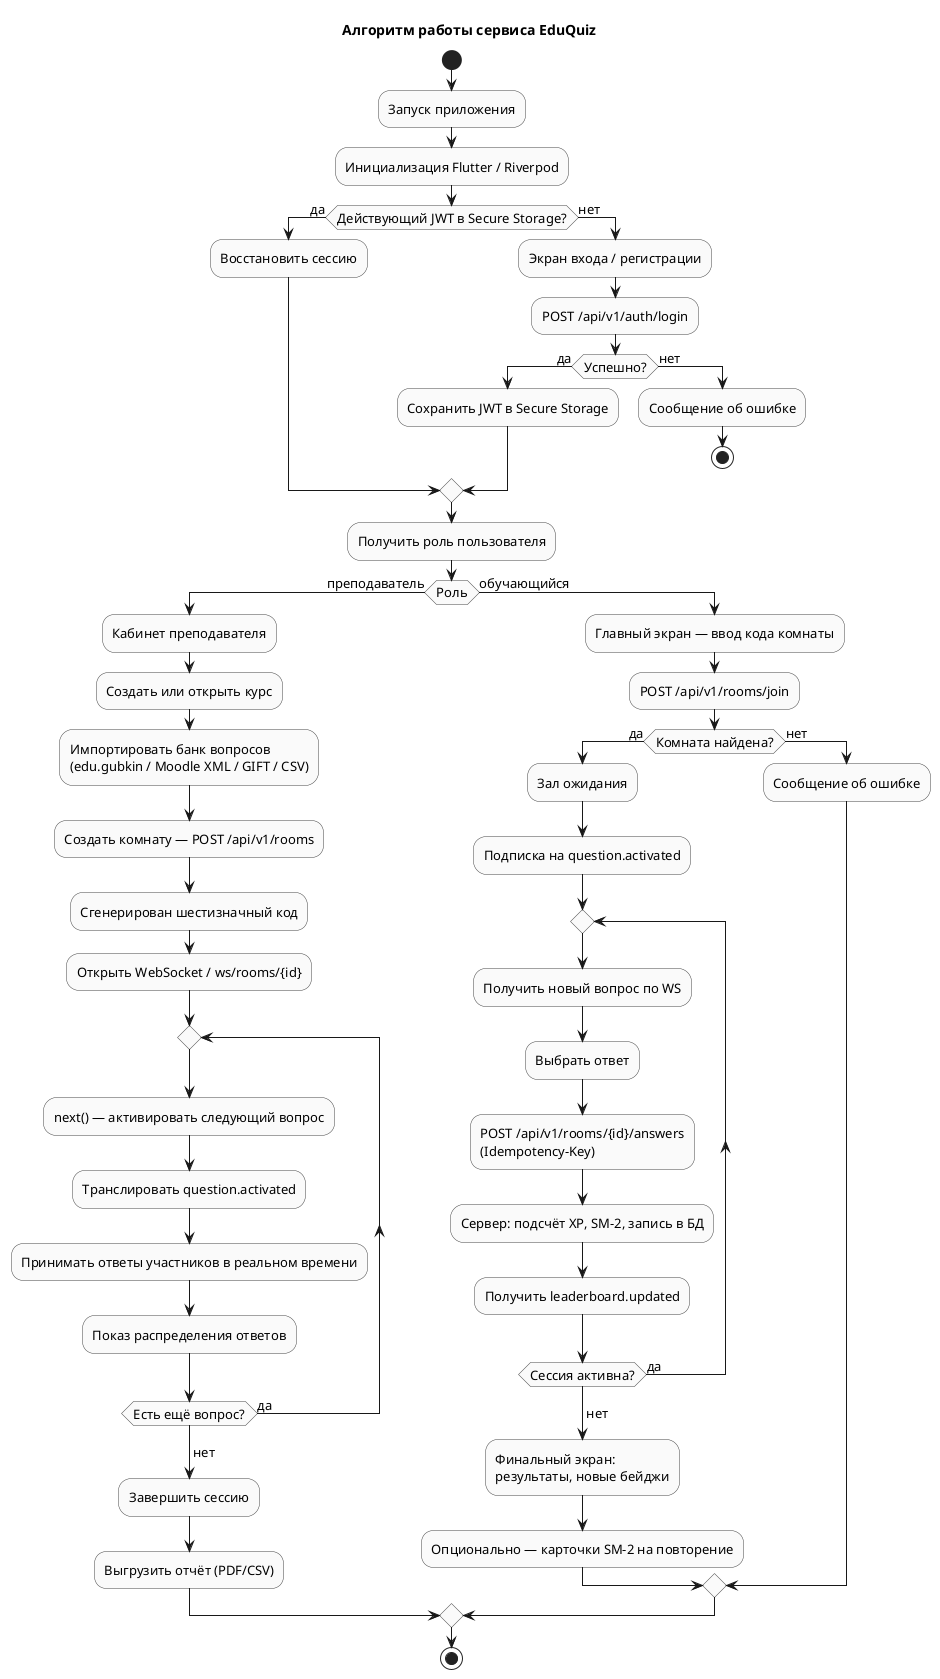
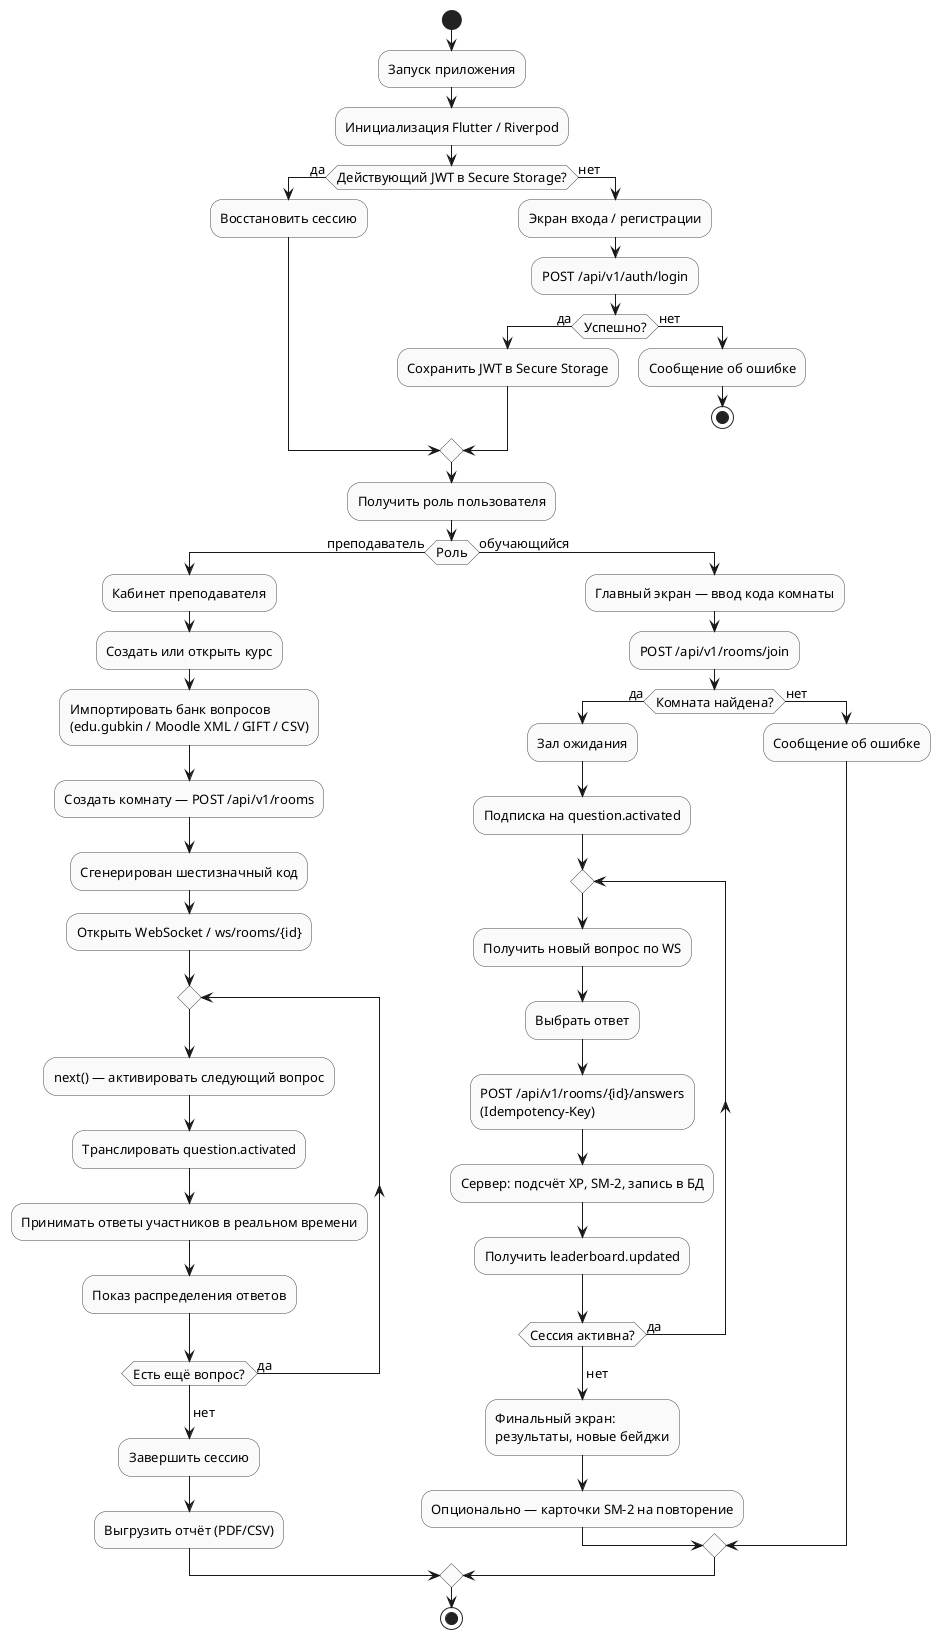
@startuml algorithm
skinparam shadowing false
skinparam defaultFontName "Times New Roman"
skinparam defaultFontSize 13
skinparam ActivityBackgroundColor #FAFAFA
skinparam ActivityBorderColor #444
- 
- title Алгоритм работы сервиса EduQuiz

start
:Запуск приложения;
:Инициализация Flutter / Riverpod;

if (Действующий JWT в Secure Storage?) then (да)
    :Восстановить сессию;
else (нет)
    :Экран входа / регистрации;
    :POST /api/v1/auth/login;
    if (Успешно?) then (да)
        :Сохранить JWT в Secure Storage;
    else (нет)
        :Сообщение об ошибке;
        stop
    endif
endif

:Получить роль пользователя;

if (Роль) then (преподаватель)
    :Кабинет преподавателя;
    :Создать или открыть курс;
    :Импортировать банк вопросов\n(edu.gubkin / Moodle XML / GIFT / CSV);
    :Создать комнату — POST /api/v1/rooms;
    :Сгенерирован шестизначный код;
    :Открыть WebSocket / ws/rooms/{id};
    repeat
        :next() — активировать следующий вопрос;
        :Транслировать question.activated;
        :Принимать ответы участников в реальном времени;
        :Показ распределения ответов;
    repeat while (Есть ещё вопрос?) is (да)
    -> нет;
    :Завершить сессию;
    :Выгрузить отчёт (PDF/CSV);
else (обучающийся)
    :Главный экран — ввод кода комнаты;
    :POST /api/v1/rooms/join;
    if (Комната найдена?) then (да)
        :Зал ожидания;
        :Подписка на question.activated;
        repeat
            :Получить новый вопрос по WS;
            :Выбрать ответ;
            :POST /api/v1/rooms/{id}/answers\n(Idempotency-Key);
            :Сервер: подсчёт XP, SM-2, запись в БД;
            :Получить leaderboard.updated;
        repeat while (Сессия активна?) is (да)
        -> нет;
        :Финальный экран:\nрезультаты, новые бейджи;
        :Опционально — карточки SM-2 на повторение;
    else (нет)
        :Сообщение об ошибке;
    endif
endif

stop
@enduml
